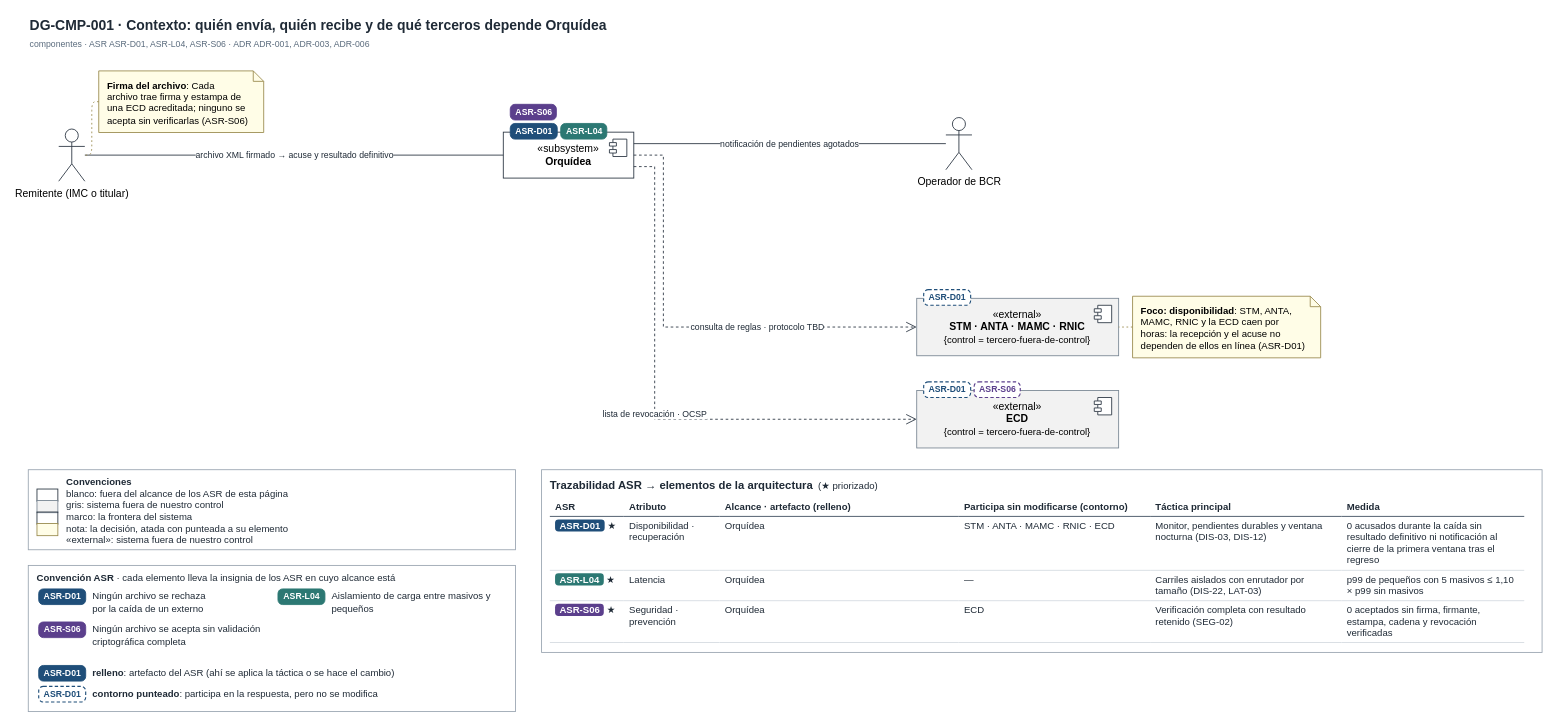
MATI-MBIT/arqsoft-reto-4 keeps this draw.io diagram as docs/modelos/drawio/vista-contexto.drawio. Above is the earlier version. Source tidied: cells renumbered, new cells numbered last; positions are measured from the earlier drawing's top-left corner, leaving out a move shared by most shapes. Both pictures are drawn from the tidied source at 87%, with x=0, y=0 at pixel (28, 15).
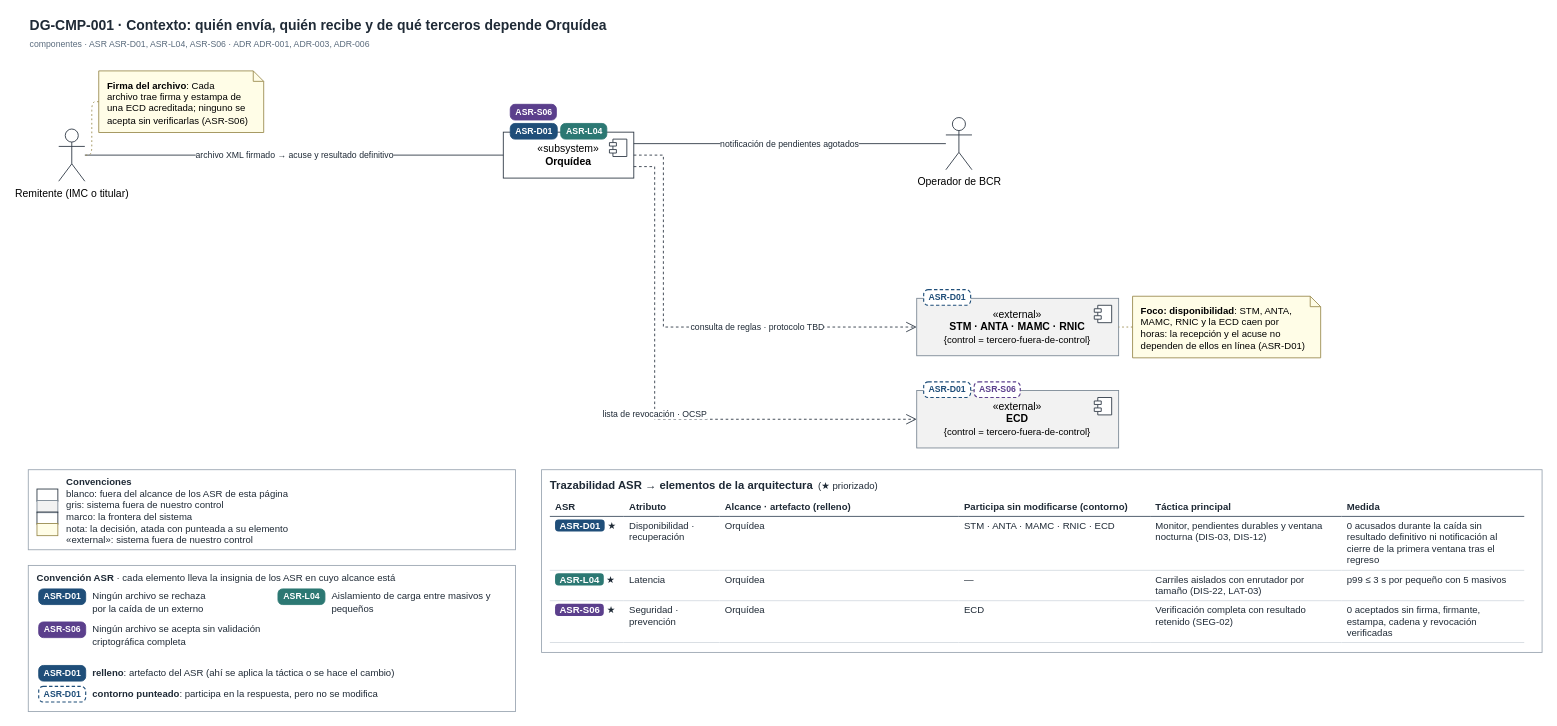
The same page after the edit.

Commit message (it also covers changes not shown here):
L04: medida directa p99 ≤ 3 s por archivo pequeño con 5 masivos

Change to the diagram source:
```diff
@@
-    <mxCell id="42" value="&lt;b style=&quot;font-size:13px&quot;&gt;Trazabilidad ASR → elementos de la arquitectura&lt;/b&gt; &amp;nbsp;(★ priorizado)&lt;table style=&quot;border-collapse:collapse;table-layout:fixed;width:1120px;margin-top:6px;font-size:11px&quot;&gt;&lt;tr&gt;&lt;th style=&quot;border-bottom:1.5px solid #3B4B5C;text-align:left;padding:4px 6px;width:73px&quot;&gt;ASR&lt;/th&gt;&lt;th style=&quot;border-bottom:1.5px solid #3B4B5C;text-align:left;padding:4px 6px;width:98px&quot;&gt;Atributo&lt;/th&gt;&lt;th style=&quot;border-bottom:1.5px solid #3B4B5C;text-align:left;padding:4px 6px;width:263px&quot;&gt;Alcance · artefacto (relleno)&lt;/th&gt;&lt;th style=&quot;border-bottom:1.5px solid #3B4B5C;text-align:left;padding:4px 6px;width:208px&quot;&gt;Participa sin modificarse (contorno)&lt;/th&gt;&lt;th style=&quot;border-bottom:1.5px solid #3B4B5C;text-align:left;padding:4px 6px;width:208px&quot;&gt;Táctica principal&lt;/th&gt;&lt;th style=&quot;border-bottom:1.5px solid #3B4B5C;text-align:left;padding:4px 6px;width:198px&quot;&gt;Medida&lt;/th&gt;&lt;/tr&gt;&lt;tr&gt;&lt;td style=&quot;border-bottom:1px solid #D5DBE1;padding:4px 6px;vertical-align:top;white-space:nowrap&quot;&gt;&lt;span style=&quot;background:#1F4E79;color:#fff;font-weight:bold;padding:1px 5px;border-radius:4px&quot;&gt;ASR-D01&lt;/span&gt; ★&lt;/td&gt;&lt;td style=&quot;border-bottom:1px solid #D5DBE1;padding:4px 6px;vertical-align:top&quot;&gt;Disponibilidad · recuperación&lt;/td&gt;&lt;td style=&quot;border-bottom:1px solid #D5DBE1;padding:4px 6px;vertical-align:top&quot;&gt;Orquídea&lt;/td&gt;&lt;td style=&quot;border-bottom:1px solid #D5DBE1;padding:4px 6px;vertical-align:top&quot;&gt;STM · ANTA · MAMC · RNIC · ECD&lt;/td&gt;&lt;td style=&quot;border-bottom:1px solid #D5DBE1;padding:4px 6px;vertical-align:top&quot;&gt;Monitor, pendientes durables y ventana nocturna (DIS-03, DIS-12)&lt;/td&gt;&lt;td style=&quot;border-bottom:1px solid #D5DBE1;padding:4px 6px;vertical-align:top&quot;&gt;0 acusados durante la caída sin resultado definitivo ni notificación al cierre de la primera ventana tras el regreso&lt;/td&gt;&lt;/tr&gt;&lt;tr&gt;&lt;td style=&quot;border-bottom:1px solid #D5DBE1;padding:4px 6px;vertical-align:top;white-space:nowrap&quot;&gt;&lt;span style=&quot;background:#2C7873;color:#fff;font-weight:bold;padding:1px 5px;border-radius:4px&quot;&gt;ASR-L04&lt;/span&gt; ★&lt;/td&gt;&lt;td style=&quot;border-bottom:1px solid #D5DBE1;padding:4px 6px;vertical-align:top&quot;&gt;Latencia&lt;/td&gt;&lt;td style=&quot;border-bottom:1px solid #D5DBE1;padding:4px 6px;vertical-align:top&quot;&gt;Orquídea&lt;/td&gt;&lt;td style=&quot;border-bottom:1px solid #D5DBE1;padding:4px 6px;vertical-align:top&quot;&gt;—&lt;/td&gt;&lt;td style=&quot;border-bottom:1px solid #D5DBE1;padding:4px 6px;vertical-align:top&quot;&gt;Carriles aislados con enrutador por tamaño (DIS-22, LAT-03)&lt;/td&gt;&lt;td style=&quot;border-bottom:1px solid #D5DBE1;padding:4px 6px;vertical-align:top&quot;&gt;p99 de pequeños con 5 masivos ≤ 1,10 × p99 sin masivos&lt;/td&gt;&lt;/tr&gt;&lt;tr&gt;&lt;td style=&quot;border-bottom:1px solid #D5DBE1;padding:4px 6px;vertical-align:top;white-space:nowrap&quot;&gt;&lt;span style=&quot;background:#5B3F8C;color:#fff;font-weight:bold;padding:1px 5px;border-radius:4px&quot;&gt;ASR-S06&lt;/span&gt; ★&lt;/td&gt;&lt;td style=&quot;border-bottom:1px solid #D5DBE1;padding:4px 6px;vertical-align:top&quot;&gt;Seguridad · prevención&lt;/td&gt;&lt;td style=&quot;border-bottom:1px solid #D5DBE1;padding:4px 6px;vertical-align:top&quot;&gt;Orquídea&lt;/td&gt;&lt;td style=&quot;border-bottom:1px solid #D5DBE1;padding:4px 6px;vertical-align:top&quot;&gt;ECD&lt;/td&gt;&lt;td style=&quot;border-bottom:1px solid #D5DBE1;padding:4px 6px;vertical-align:top&quot;&gt;Verificación completa con resultado retenido (SEG-02)&lt;/td&gt;&lt;td style=&quot;border-bottom:1px solid #D5DBE1;padding:4px 6px;vertical-align:top&quot;&gt;0 aceptados sin firma, firmante, estampa, cadena y revocación verificadas&lt;/td&gt;&lt;/tr&gt;&lt;/table&gt;" style="text;rounded=0;whiteSpace=wrap;html=1;fillColor=#FFFFFF;strokeColor=#9AA5B1;align=left;verticalAlign=top;spacingLeft=8;spacingRight=8;spacingTop=4;fontFamily=Helvetica;fontSize=11;fontColor=#1F2A36;" parent="1" vertex="1">
+    <mxCell id="42" value="&lt;b style=&quot;font-size:13px&quot;&gt;Trazabilidad ASR → elementos de la arquitectura&lt;/b&gt; &amp;nbsp;(★ priorizado)&lt;table style=&quot;border-collapse:collapse;table-layout:fixed;width:1120px;margin-top:6px;font-size:11px&quot;&gt;&lt;tr&gt;&lt;th style=&quot;border-bottom:1.5px solid #3B4B5C;text-align:left;padding:4px 6px;width:73px&quot;&gt;ASR&lt;/th&gt;&lt;th style=&quot;border-bottom:1.5px solid #3B4B5C;text-align:left;padding:4px 6px;width:98px&quot;&gt;Atributo&lt;/th&gt;&lt;th style=&quot;border-bottom:1.5px solid #3B4B5C;text-align:left;padding:4px 6px;width:263px&quot;&gt;Alcance · artefacto (relleno)&lt;/th&gt;&lt;th style=&quot;border-bottom:1.5px solid #3B4B5C;text-align:left;padding:4px 6px;width:208px&quot;&gt;Participa sin modificarse (contorno)&lt;/th&gt;&lt;th style=&quot;border-bottom:1.5px solid #3B4B5C;text-align:left;padding:4px 6px;width:208px&quot;&gt;Táctica principal&lt;/th&gt;&lt;th style=&quot;border-bottom:1.5px solid #3B4B5C;text-align:left;padding:4px 6px;width:198px&quot;&gt;Medida&lt;/th&gt;&lt;/tr&gt;&lt;tr&gt;&lt;td style=&quot;border-bottom:1px solid #D5DBE1;padding:4px 6px;vertical-align:top;white-space:nowrap&quot;&gt;&lt;span style=&quot;background:#1F4E79;color:#fff;font-weight:bold;padding:1px 5px;border-radius:4px&quot;&gt;ASR-D01&lt;/span&gt; ★&lt;/td&gt;&lt;td style=&quot;border-bottom:1px solid #D5DBE1;padding:4px 6px;vertical-align:top&quot;&gt;Disponibilidad · recuperación&lt;/td&gt;&lt;td style=&quot;border-bottom:1px solid #D5DBE1;padding:4px 6px;vertical-align:top&quot;&gt;Orquídea&lt;/td&gt;&lt;td style=&quot;border-bottom:1px solid #D5DBE1;padding:4px 6px;vertical-align:top&quot;&gt;STM · ANTA · MAMC · RNIC · ECD&lt;/td&gt;&lt;td style=&quot;border-bottom:1px solid #D5DBE1;padding:4px 6px;vertical-align:top&quot;&gt;Monitor, pendientes durables y ventana nocturna (DIS-03, DIS-12)&lt;/td&gt;&lt;td style=&quot;border-bottom:1px solid #D5DBE1;padding:4px 6px;vertical-align:top&quot;&gt;0 acusados durante la caída sin resultado definitivo ni notificación al cierre de la primera ventana tras el regreso&lt;/td&gt;&lt;/tr&gt;&lt;tr&gt;&lt;td style=&quot;border-bottom:1px solid #D5DBE1;padding:4px 6px;vertical-align:top;white-space:nowrap&quot;&gt;&lt;span style=&quot;background:#2C7873;color:#fff;font-weight:bold;padding:1px 5px;border-radius:4px&quot;&gt;ASR-L04&lt;/span&gt; ★&lt;/td&gt;&lt;td style=&quot;border-bottom:1px solid #D5DBE1;padding:4px 6px;vertical-align:top&quot;&gt;Latencia&lt;/td&gt;&lt;td style=&quot;border-bottom:1px solid #D5DBE1;padding:4px 6px;vertical-align:top&quot;&gt;Orquídea&lt;/td&gt;&lt;td style=&quot;border-bottom:1px solid #D5DBE1;padding:4px 6px;vertical-align:top&quot;&gt;—&lt;/td&gt;&lt;td style=&quot;border-bottom:1px solid #D5DBE1;padding:4px 6px;vertical-align:top&quot;&gt;Carriles aislados con enrutador por tamaño (DIS-22, LAT-03)&lt;/td&gt;&lt;td style=&quot;border-bottom:1px solid #D5DBE1;padding:4px 6px;vertical-align:top&quot;&gt;p99 ≤ 3 s por pequeño con 5 masivos&lt;/td&gt;&lt;/tr&gt;&lt;tr&gt;&lt;td style=&quot;border-bottom:1px solid #D5DBE1;padding:4px 6px;vertical-align:top;white-space:nowrap&quot;&gt;&lt;span style=&quot;background:#5B3F8C;color:#fff;font-weight:bold;padding:1px 5px;border-radius:4px&quot;&gt;ASR-S06&lt;/span&gt; ★&lt;/td&gt;&lt;td style=&quot;border-bottom:1px solid #D5DBE1;padding:4px 6px;vertical-align:top&quot;&gt;Seguridad · prevención&lt;/td&gt;&lt;td style=&quot;border-bottom:1px solid #D5DBE1;padding:4px 6px;vertical-align:top&quot;&gt;Orquídea&lt;/td&gt;&lt;td style=&quot;border-bottom:1px solid #D5DBE1;padding:4px 6px;vertical-align:top&quot;&gt;ECD&lt;/td&gt;&lt;td style=&quot;border-bottom:1px solid #D5DBE1;padding:4px 6px;vertical-align:top&quot;&gt;Verificación completa con resultado retenido (SEG-02)&lt;/td&gt;&lt;td style=&quot;border-bottom:1px solid #D5DBE1;padding:4px 6px;vertical-align:top&quot;&gt;0 aceptados sin firma, firmante, estampa, cadena y revocación verificadas&lt;/td&gt;&lt;/tr&gt;&lt;/table&gt;" style="text;rounded=0;whiteSpace=wrap;html=1;fillColor=#FFFFFF;strokeColor=#9AA5B1;align=left;verticalAlign=top;spacingLeft=8;spacingRight=8;spacingTop=4;fontFamily=Helvetica;fontSize=11;fontColor=#1F2A36;" parent="1" vertex="1">
       <mxGeometry x="590" y="522.4" width="1150" height="210" as="geometry" />
     </mxCell>
```
